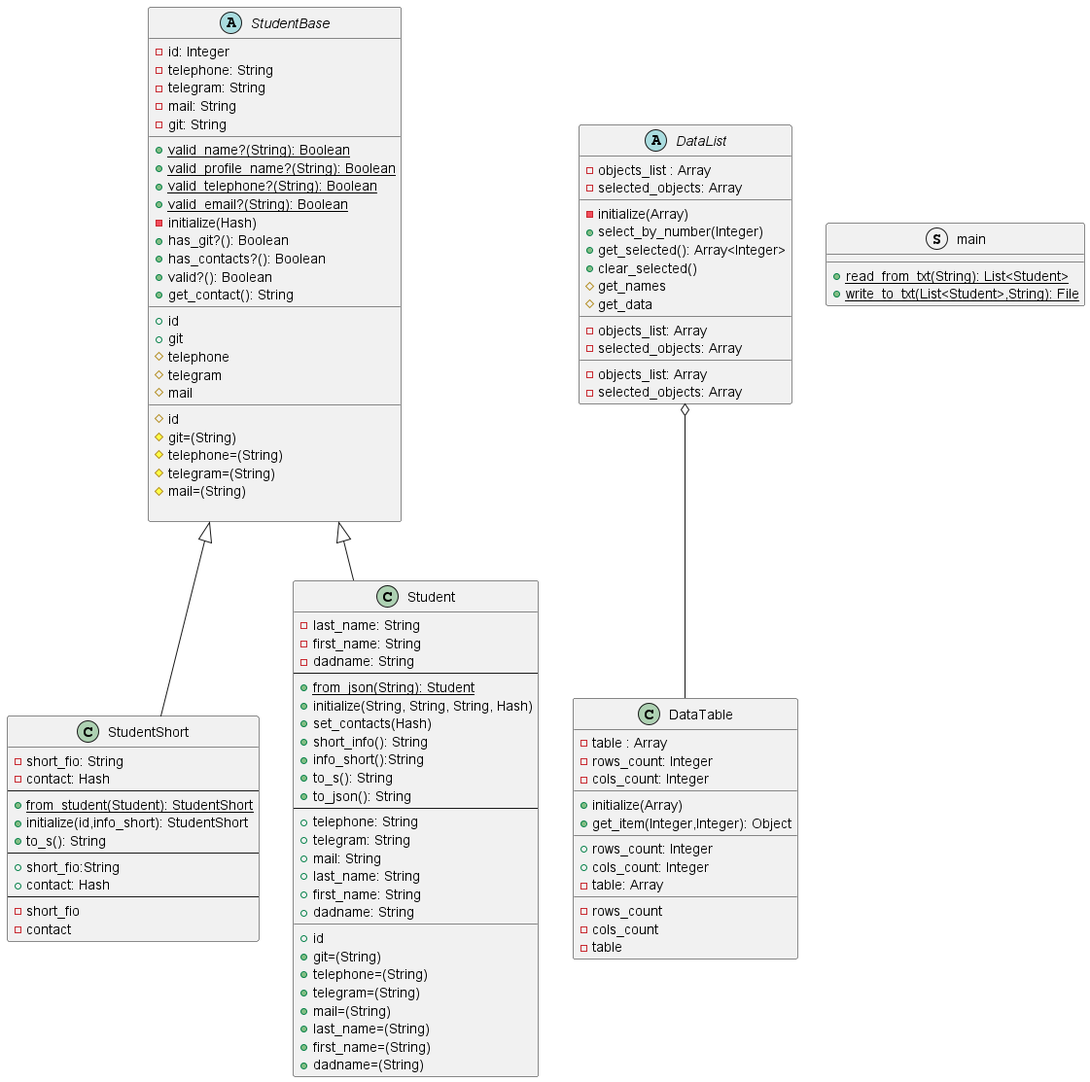
Before: LR2/diagram/StudentClassDiagram.png, a diagram exported from PlantUML (KREEAL/RubyLabs).
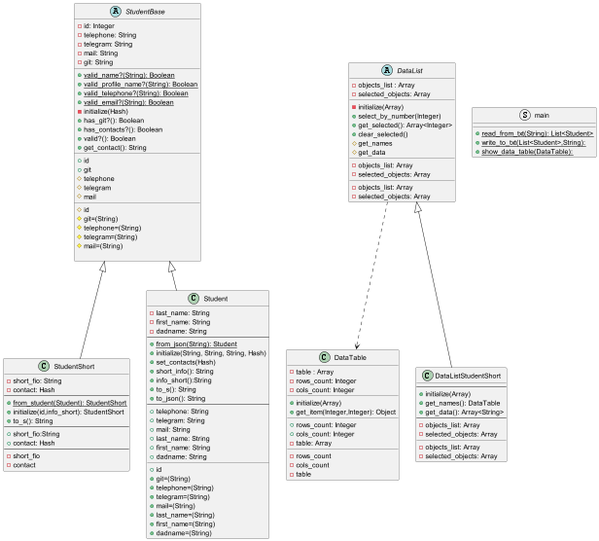
After the commit.

Commit message:
Реализован класс data_list_student_short со всеми вытекающими. Протестирован в main.rb

The edit, as a diff of the source:
```diff
@@ -107,10 +107,27 @@
     -selected_objects: Array
 }
 
+class DataListStudentShort extends DataList{
+    --
+    +initialize(Array)
+    +get_names(): DataTable
+    +get_data(): Array<String>
+    --
+    -objects_list: Array
+    -selected_objects: Array
+    __
+    -objects_list: Array
+    -selected_objects: Array
+}
+
+
 struct main {
     +{static}read_from_txt(String): List<Student>
-    +{static}write_to_txt(List<Student>,String): File
+    +{static}write_to_txt(List<Student>,String):
+    +{static}show_data_table(DataTable):
 }
 
-DataList o-- DataTable
+
+
+DataList ..> DataTable
 @enduml
```
